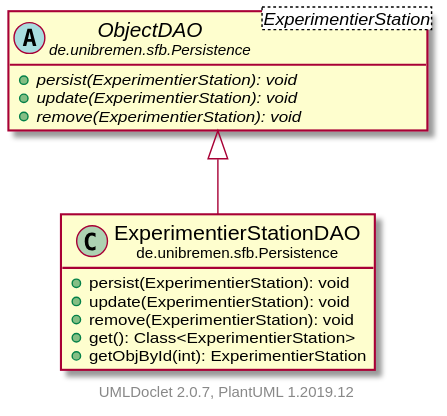
Earlier version of the PlantUML export doc/UML/modulsichtSVG/ExperimentierStationDAO.svg (fkehlenb/softwareprojekt-2).
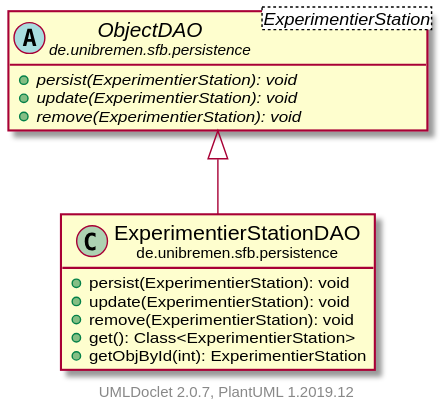
Later version of the same file.

Diff of the diagram source:
```diff
@@ -3,7 +3,7 @@
     hide empty fields
     hide empty methods
 
-    class "<size:14>ExperimentierStationDAO\n<size:10>de.unibremen.sfb.Persistence" as de.unibremen.sfb.Persistence.ExperimentierStationDAO [[ExperimentierStationDAO.html]] {
+    class "<size:14>ExperimentierStationDAO\n<size:10>de.unibremen.sfb.persistence" as de.unibremen.sfb.persistence.ExperimentierStationDAO [[ExperimentierStationDAO.html]] {
         +persist(ExperimentierStation): void
         +update(ExperimentierStation): void
         +remove(ExperimentierStation): void
@@ -11,13 +11,13 @@
         +getObjById(int): ExperimentierStation
     }
 
-    abstract class "<size:14>ObjectDAO\n<size:10>de.unibremen.sfb.Persistence" as de.unibremen.sfb.Persistence.ObjectDAO<ExperimentierStation> [[ObjectDAO.html]] {
+    abstract class "<size:14>ObjectDAO\n<size:10>de.unibremen.sfb.persistence" as de.unibremen.sfb.persistence.ObjectDAO<ExperimentierStation> [[ObjectDAO.html]] {
         {abstract} +persist(ExperimentierStation): void
         {abstract} +update(ExperimentierStation): void
         {abstract} +remove(ExperimentierStation): void
     }
 
-    de.unibremen.sfb.Persistence.ObjectDAO <|-- de.unibremen.sfb.Persistence.ExperimentierStationDAO
+    de.unibremen.sfb.persistence.ObjectDAO <|-- de.unibremen.sfb.persistence.ExperimentierStationDAO
 
     center footer UMLDoclet 2.0.7, PlantUML 1.2019.12
 @enduml
```
